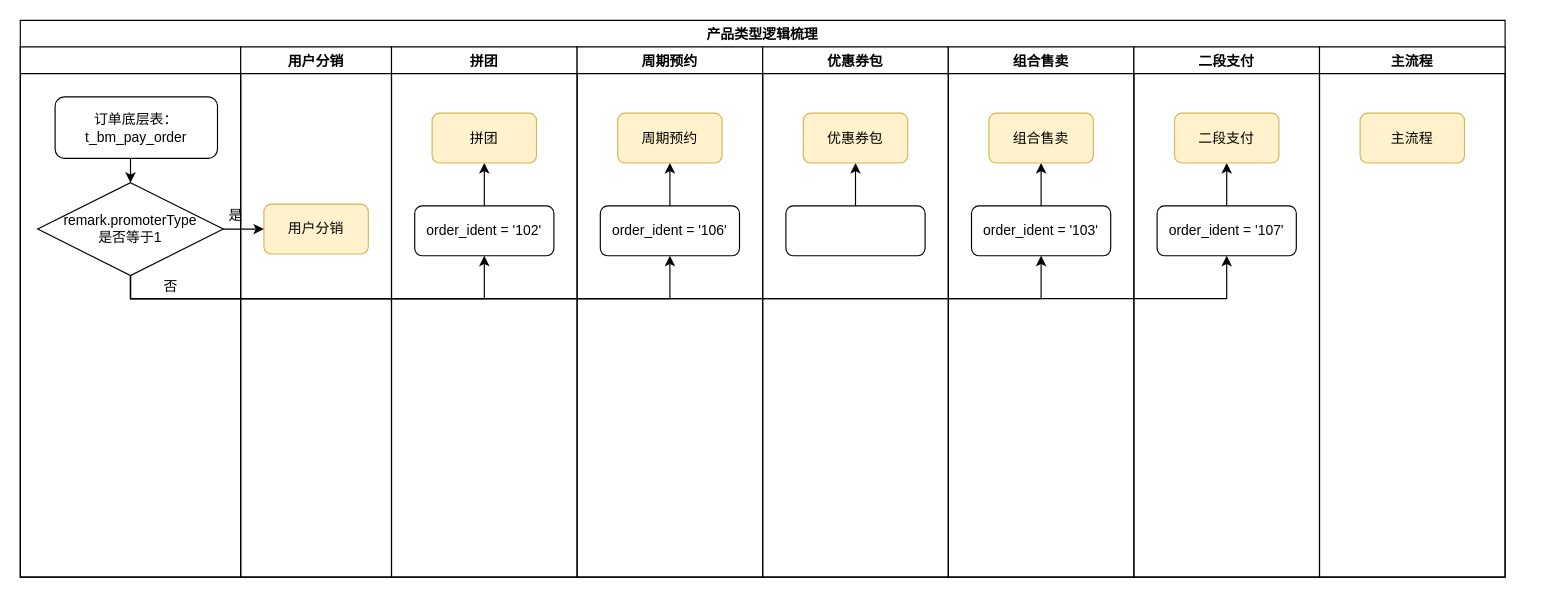
chihiro-qx/hello-world keeps this draw.io diagram as page "产品类型" (3 of 3) of 到家精选订单.drawio. Above is the earlier version. Source tidied: cells renumbered, new cells numbered last; positions are measured from the earlier drawing's top-left corner, leaving out a move shared by most shapes. Both pictures are drawn from the tidied source at 116%, with x=0, y=0 at pixel (20, 20).
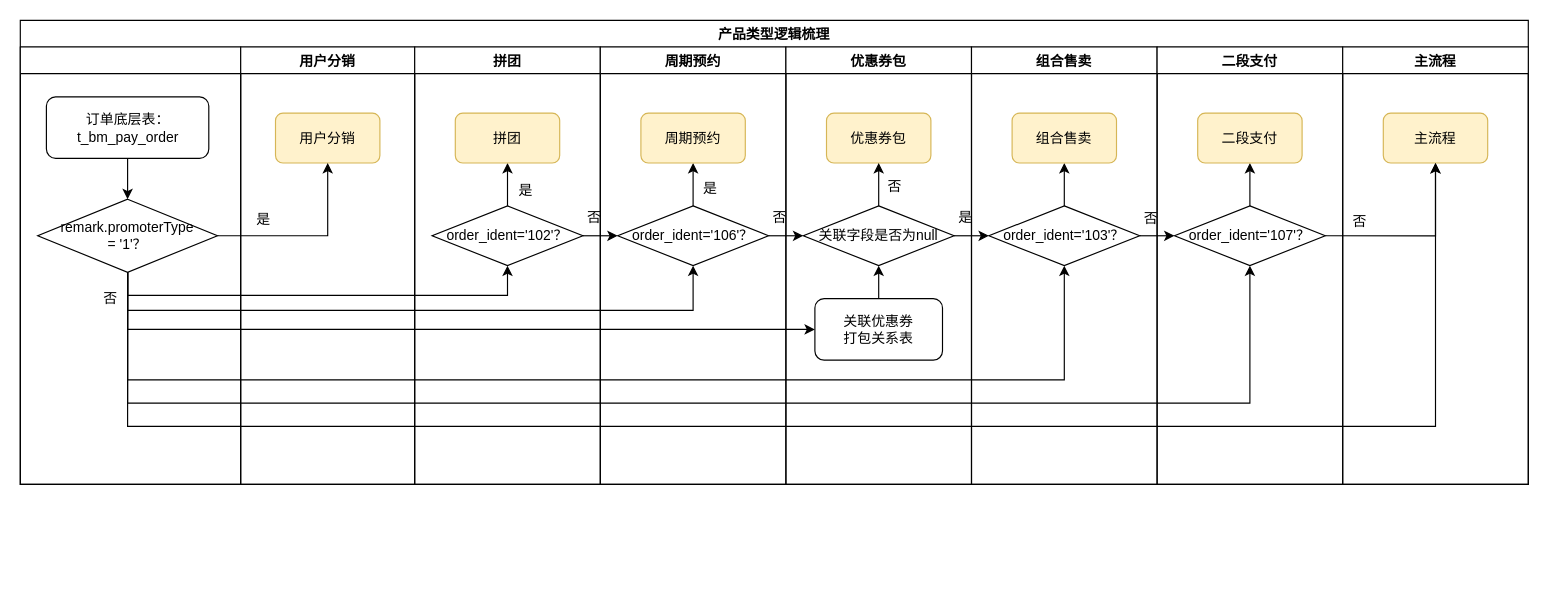
Above is the later version.

Commit message:
Update 到家精选订单.drawio

Unchanged cells that the change refers to:
```xml
<mxCell id="15" value="拼团" style="rounded=1;whiteSpace=wrap;html=1;fillColor=#fff2cc;strokeColor=#d6b656;" parent="12" vertex="1">
  <mxGeometry x="35" y="57" width="90" height="43" as="geometry" />
</mxCell>
<mxCell id="20" value="周期预约" style="rounded=1;whiteSpace=wrap;html=1;fillColor=#fff2cc;strokeColor=#d6b656;" parent="17" vertex="1">
  <mxGeometry x="35" y="57" width="90" height="43" as="geometry" />
</mxCell>
<mxCell id="24" value="优惠券包" style="rounded=1;whiteSpace=wrap;html=1;fillColor=#fff2cc;strokeColor=#d6b656;" parent="21" vertex="1">
  <mxGeometry x="35" y="57" width="90" height="43" as="geometry" />
</mxCell>
<mxCell id="28" value="组合售卖" style="rounded=1;whiteSpace=wrap;html=1;fillColor=#fff2cc;strokeColor=#d6b656;" parent="25" vertex="1">
  <mxGeometry x="35" y="57" width="90" height="43" as="geometry" />
</mxCell>
<mxCell id="32" value="二段支付" style="rounded=1;whiteSpace=wrap;html=1;fillColor=#fff2cc;strokeColor=#d6b656;" parent="29" vertex="1">
  <mxGeometry x="35" y="57" width="90" height="43" as="geometry" />
</mxCell>
<mxCell id="37" value="主流程" style="rounded=1;whiteSpace=wrap;html=1;fillColor=#fff2cc;strokeColor=#d6b656;" parent="36" vertex="1">
  <mxGeometry x="35" y="57" width="90" height="43" as="geometry" />
</mxCell>
```

Change to the diagram source:
```diff
@@
     <mxCell id="2" value="产品类型逻辑梳理" style="swimlane;" parent="1" vertex="1">
-      <mxGeometry width="1280" height="480" as="geometry" />
+      <mxGeometry width="1300" height="400" as="geometry" />
     </mxCell>
     <mxCell id="3" style="swimlane;" parent="2" vertex="1">
-      <mxGeometry y="23" width="190" height="457" as="geometry" />
+      <mxGeometry y="23" width="190" height="377" as="geometry" />
     </mxCell>
@@
     <mxCell id="5" value="&lt;span&gt;订单底层表：&lt;/span&gt;&lt;br&gt;&lt;span style=&quot;text-align: left&quot;&gt;t_bm_pay_order&lt;/span&gt;" style="rounded=1;whiteSpace=wrap;html=1;" parent="3" vertex="1">
-      <mxGeometry x="30" y="43" width="140" height="53" as="geometry" />
+      <mxGeometry x="22.5" y="43" width="140" height="53" as="geometry" />
     </mxCell>
-    <mxCell id="6" value="remark.promoterType&lt;br&gt;是否等于1" style="rhombus;whiteSpace=wrap;html=1;" parent="3" vertex="1">
-      <mxGeometry x="15" y="117" width="160" height="80" as="geometry" />
+    <mxCell id="6" value="remark.promoterType&lt;br&gt;= '1'？" style="rhombus;whiteSpace=wrap;html=1;" parent="3" vertex="1">
+      <mxGeometry x="15" y="131.2" width="155" height="63" as="geometry" />
     </mxCell>
     <mxCell id="7" value="否" style="text;html=1;strokeColor=none;fillColor=none;align=center;verticalAlign=middle;whiteSpace=wrap;rounded=0;" parent="3" vertex="1">
-      <mxGeometry x="110" y="197" width="40" height="20" as="geometry" />
+      <mxGeometry x="58" y="207" width="40" height="20" as="geometry" />
     </mxCell>
+    <mxCell id="10" value="是" style="text;html=1;strokeColor=none;fillColor=none;align=center;verticalAlign=middle;whiteSpace=wrap;rounded=0;" parent="3" vertex="1">
+      <mxGeometry x="190" y="139" width="40" height="20" as="geometry" />
+    </mxCell>
     <mxCell id="8" value="用户分销" style="swimlane;" parent="2" vertex="1">
-      <mxGeometry x="190" y="23" width="130" height="457" as="geometry" />
+      <mxGeometry x="190" y="23" width="150" height="377" as="geometry" />
     </mxCell>
     <mxCell id="9" value="用户分销" style="rounded=1;whiteSpace=wrap;html=1;fillColor=#fff2cc;strokeColor=#d6b656;" parent="8" vertex="1">
-      <mxGeometry x="20" y="135.5" width="90" height="43" as="geometry" />
+      <mxGeometry x="30" y="57" width="90" height="43" as="geometry" />
     </mxCell>
-    <mxCell id="10" value="是" style="text;html=1;strokeColor=none;fillColor=none;align=center;verticalAlign=middle;whiteSpace=wrap;rounded=0;" parent="8" vertex="1">
-      <mxGeometry x="-24" y="135.5" width="40" height="20" as="geometry" />
-    </mxCell>
-    <mxCell id="11" style="edgeStyle=orthogonalEdgeStyle;rounded=0;jettySize=auto;html=1;exitX=1;exitY=0.5;exitDx=0;exitDy=0;entryX=0;entryY=0.5;entryDx=0;entryDy=0;" parent="2" edge="1" source="6" target="9">
-      <mxGeometry relative="1" as="geometry" />
-    </mxCell>
     <mxCell id="12" value="拼团" style="swimlane;" parent="2" vertex="1">
-      <mxGeometry x="320" y="23" width="160" height="457" as="geometry" />
+      <mxGeometry x="340" y="23" width="160" height="377" as="geometry" />
     </mxCell>
-    <mxCell id="13" style="edgeStyle=orthogonalEdgeStyle;rounded=0;jettySize=auto;html=1;exitX=0.5;exitY=0;exitDx=0;exitDy=0;entryX=0.5;entryY=1;entryDx=0;entryDy=0;" parent="12" edge="1" source="14" target="15">
-      <mxGeometry relative="1" as="geometry" />
+    <mxCell id="13" style="edgeStyle=orthogonalEdgeStyle;rounded=0;jettySize=auto;html=1;exitX=0.5;exitY=0;exitDx=0;exitDy=0;entryX=0.5;entryY=1;entryDx=0;entryDy=0;" parent="12" edge="1" target="15">
+      <mxGeometry relative="1" as="geometry">
+        <mxPoint x="80" y="137" as="sourcePoint" />
+      </mxGeometry>
     </mxCell>
-    <mxCell id="14" value="order_ident = '102'" style="rounded=1;whiteSpace=wrap;html=1;" parent="12" vertex="1">
-      <mxGeometry x="20" y="137" width="120" height="43" as="geometry" />
-    </mxCell>
@@
-    <mxCell id="16" style="edgeStyle=orthogonalEdgeStyle;rounded=0;jettySize=auto;html=1;exitX=0.5;exitY=1;exitDx=0;exitDy=0;entryX=0.5;entryY=1;entryDx=0;entryDy=0;" parent="2" edge="1" source="6" target="14">
-      <mxGeometry relative="1" as="geometry" />
-    </mxCell>
+    <mxCell id="38" value="order_ident='102'？" style="rhombus;whiteSpace=wrap;html=1;" parent="12" vertex="1">
+      <mxGeometry x="15" y="137" width="130" height="51.5" as="geometry" />
+    </mxCell>
+    <mxCell id="39" value="是" style="text;html=1;strokeColor=none;fillColor=none;align=center;verticalAlign=middle;whiteSpace=wrap;rounded=0;" parent="12" vertex="1">
+      <mxGeometry x="76" y="114" width="40" height="20" as="geometry" />
+    </mxCell>
     <mxCell id="17" value="周期预约" style="swimlane;" parent="2" vertex="1">
-      <mxGeometry x="480" y="23" width="160" height="457" as="geometry" />
+      <mxGeometry x="500" y="23" width="160" height="377" as="geometry" />
     </mxCell>
-    <mxCell id="18" style="edgeStyle=orthogonalEdgeStyle;rounded=0;jettySize=auto;html=1;exitX=0.5;exitY=0;exitDx=0;exitDy=0;entryX=0.5;entryY=1;entryDx=0;entryDy=0;" parent="17" edge="1" source="19" target="20">
-      <mxGeometry relative="1" as="geometry" />
+    <mxCell id="18" style="edgeStyle=orthogonalEdgeStyle;rounded=0;jettySize=auto;html=1;exitX=0.5;exitY=0;exitDx=0;exitDy=0;entryX=0.5;entryY=1;entryDx=0;entryDy=0;" parent="17" edge="1" target="20">
+      <mxGeometry relative="1" as="geometry">
+        <mxPoint x="80" y="137" as="sourcePoint" />
+      </mxGeometry>
     </mxCell>
-    <mxCell id="19" value="order_ident = '106'" style="rounded=1;whiteSpace=wrap;html=1;" parent="17" vertex="1">
-      <mxGeometry x="20" y="137" width="120" height="43" as="geometry" />
-    </mxCell>
@@
+    <mxCell id="40" value="order_ident='106'？" style="rhombus;whiteSpace=wrap;html=1;" parent="17" vertex="1">
+      <mxGeometry x="15" y="137" width="130" height="51.5" as="geometry" />
+    </mxCell>
+    <mxCell id="41" value="否" style="text;html=1;strokeColor=none;fillColor=none;align=center;verticalAlign=middle;whiteSpace=wrap;rounded=0;" parent="17" vertex="1">
+      <mxGeometry x="-25" y="137" width="40" height="20" as="geometry" />
+    </mxCell>
     <mxCell id="21" value="优惠券包" style="swimlane;" parent="2" vertex="1">
-      <mxGeometry x="640" y="23" width="160" height="457" as="geometry" />
+      <mxGeometry x="660" y="23" width="160" height="377" as="geometry" />
     </mxCell>
-    <mxCell id="22" style="edgeStyle=orthogonalEdgeStyle;rounded=0;jettySize=auto;html=1;exitX=0.5;exitY=0;exitDx=0;exitDy=0;entryX=0.5;entryY=1;entryDx=0;entryDy=0;" parent="21" edge="1" source="23" target="24">
-      <mxGeometry relative="1" as="geometry" />
-    </mxCell>
+    <mxCell id="42" style="edgeStyle=orthogonalEdgeStyle;rounded=0;jettySize=auto;html=1;exitX=0.5;exitY=0;exitDx=0;exitDy=0;entryX=0.5;entryY=1;entryDx=0;entryDy=0;" parent="21" edge="1" source="23" target="44">
+      <mxGeometry relative="1" as="geometry" />
+    </mxCell>
-    <mxCell id="23" style="rounded=1;whiteSpace=wrap;html=1;" parent="21" vertex="1">
-      <mxGeometry x="20" y="137" width="120" height="43" as="geometry" />
+    <mxCell id="23" value="关联优惠券&lt;br&gt;打包关系表" style="rounded=1;whiteSpace=wrap;html=1;" parent="21" vertex="1">
+      <mxGeometry x="25" y="217" width="110" height="53" as="geometry" />
     </mxCell>
@@
+    <mxCell id="43" style="edgeStyle=orthogonalEdgeStyle;rounded=0;jettySize=auto;html=1;exitX=0.5;exitY=0;exitDx=0;exitDy=0;entryX=0.5;entryY=1;entryDx=0;entryDy=0;" parent="21" edge="1" source="44" target="24">
+      <mxGeometry relative="1" as="geometry" />
+    </mxCell>
+    <mxCell id="44" value="关联字段是否为null" style="rhombus;whiteSpace=wrap;html=1;" parent="21" vertex="1">
+      <mxGeometry x="15" y="137" width="130" height="51.5" as="geometry" />
+    </mxCell>
+    <mxCell id="45" value="否" style="text;html=1;strokeColor=none;fillColor=none;align=center;verticalAlign=middle;whiteSpace=wrap;rounded=0;" parent="21" vertex="1">
+      <mxGeometry x="74" y="111" width="40" height="20" as="geometry" />
+    </mxCell>
+    <mxCell id="46" value="否" style="text;html=1;strokeColor=none;fillColor=none;align=center;verticalAlign=middle;whiteSpace=wrap;rounded=0;" parent="21" vertex="1">
+      <mxGeometry x="-25" y="137" width="40" height="20" as="geometry" />
+    </mxCell>
     <mxCell id="25" value="组合售卖" style="swimlane;" parent="2" vertex="1">
-      <mxGeometry x="800" y="23" width="160" height="457" as="geometry" />
+      <mxGeometry x="820" y="23" width="160" height="377" as="geometry" />
     </mxCell>
-    <mxCell id="26" style="edgeStyle=orthogonalEdgeStyle;rounded=0;jettySize=auto;html=1;exitX=0.5;exitY=0;exitDx=0;exitDy=0;entryX=0.5;entryY=1;entryDx=0;entryDy=0;" parent="25" edge="1" source="27" target="28">
-      <mxGeometry relative="1" as="geometry" />
+    <mxCell id="26" style="edgeStyle=orthogonalEdgeStyle;rounded=0;jettySize=auto;html=1;exitX=0.5;exitY=0;exitDx=0;exitDy=0;entryX=0.5;entryY=1;entryDx=0;entryDy=0;" parent="25" edge="1" target="28">
+      <mxGeometry relative="1" as="geometry">
+        <mxPoint x="80" y="137" as="sourcePoint" />
+      </mxGeometry>
     </mxCell>
-    <mxCell id="27" value="order_ident = '103'" style="rounded=1;whiteSpace=wrap;html=1;" parent="25" vertex="1">
-      <mxGeometry x="20" y="137" width="120" height="43" as="geometry" />
-    </mxCell>
@@
+    <mxCell id="47" value="order_ident='103'？" style="rhombus;whiteSpace=wrap;html=1;" parent="25" vertex="1">
+      <mxGeometry x="15" y="137" width="130" height="51.5" as="geometry" />
+    </mxCell>
+    <mxCell id="48" value="是" style="text;html=1;strokeColor=none;fillColor=none;align=center;verticalAlign=middle;whiteSpace=wrap;rounded=0;" parent="25" vertex="1">
+      <mxGeometry x="-25" y="137" width="40" height="20" as="geometry" />
+    </mxCell>
+    <mxCell id="49" value="否" style="text;html=1;strokeColor=none;fillColor=none;align=center;verticalAlign=middle;whiteSpace=wrap;rounded=0;" parent="25" vertex="1">
+      <mxGeometry x="135" y="138" width="40" height="20" as="geometry" />
+    </mxCell>
     <mxCell id="29" value="二段支付" style="swimlane;" parent="2" vertex="1">
-      <mxGeometry x="960" y="23" width="160" height="457" as="geometry" />
+      <mxGeometry x="980" y="23" width="160" height="377" as="geometry" />
     </mxCell>
-    <mxCell id="30" style="edgeStyle=orthogonalEdgeStyle;rounded=0;jettySize=auto;html=1;exitX=0.5;exitY=0;exitDx=0;exitDy=0;entryX=0.5;entryY=1;entryDx=0;entryDy=0;" parent="29" edge="1" source="31" target="32">
-      <mxGeometry relative="1" as="geometry" />
+    <mxCell id="30" style="edgeStyle=orthogonalEdgeStyle;rounded=0;jettySize=auto;html=1;exitX=0.5;exitY=0;exitDx=0;exitDy=0;entryX=0.5;entryY=1;entryDx=0;entryDy=0;" parent="29" edge="1" target="32">
+      <mxGeometry relative="1" as="geometry">
+        <mxPoint x="80" y="137" as="sourcePoint" />
+      </mxGeometry>
     </mxCell>
-    <mxCell id="31" value="order_ident = '107'" style="rounded=1;whiteSpace=wrap;html=1;" parent="29" vertex="1">
-      <mxGeometry x="20" y="137" width="120" height="43" as="geometry" />
-    </mxCell>
@@
-    <mxCell id="33" style="edgeStyle=orthogonalEdgeStyle;rounded=0;jettySize=auto;html=1;exitX=0.5;exitY=1;exitDx=0;exitDy=0;entryX=0.5;entryY=1;entryDx=0;entryDy=0;" parent="2" edge="1" source="6" target="19">
-      <mxGeometry relative="1" as="geometry" />
-    </mxCell>
-    <mxCell id="34" style="edgeStyle=orthogonalEdgeStyle;rounded=0;jettySize=auto;html=1;exitX=0.5;exitY=1;exitDx=0;exitDy=0;entryX=0.5;entryY=1;entryDx=0;entryDy=0;" parent="2" edge="1" source="6" target="27">
-      <mxGeometry relative="1" as="geometry" />
-    </mxCell>
-    <mxCell id="35" style="edgeStyle=orthogonalEdgeStyle;rounded=0;jettySize=auto;html=1;exitX=0.5;exitY=1;exitDx=0;exitDy=0;entryX=0.5;entryY=1;entryDx=0;entryDy=0;" parent="2" edge="1" source="6" target="31">
-      <mxGeometry relative="1" as="geometry" />
-    </mxCell>
+    <mxCell id="50" value="order_ident='107'？" style="rhombus;whiteSpace=wrap;html=1;" parent="29" vertex="1">
+      <mxGeometry x="15" y="137" width="130" height="51.5" as="geometry" />
+    </mxCell>
     <mxCell id="36" value="主流程" style="swimlane;" parent="2" vertex="1">
-      <mxGeometry x="1120" y="23" width="160" height="457" as="geometry" />
+      <mxGeometry x="1140" y="23" width="160" height="377" as="geometry" />
     </mxCell>
@@
+    <mxCell id="51" value="否" style="text;html=1;strokeColor=none;fillColor=none;align=center;verticalAlign=middle;whiteSpace=wrap;rounded=0;" parent="36" vertex="1">
+      <mxGeometry x="-5" y="141" width="40" height="20" as="geometry" />
+    </mxCell>
+    <mxCell id="52" style="edgeStyle=orthogonalEdgeStyle;rounded=0;jettySize=auto;html=1;exitX=0.5;exitY=1;exitDx=0;exitDy=0;entryX=0.5;entryY=1;entryDx=0;entryDy=0;" parent="2" edge="1" source="6" target="38">
+      <mxGeometry relative="1" as="geometry" />
+    </mxCell>
+    <mxCell id="53" style="edgeStyle=orthogonalEdgeStyle;rounded=0;jettySize=auto;html=1;exitX=0.5;exitY=1;exitDx=0;exitDy=0;entryX=0.5;entryY=1;entryDx=0;entryDy=0;" parent="2" edge="1" source="6" target="40">
+      <mxGeometry relative="1" as="geometry">
+        <Array as="points">
+          <mxPoint x="93" y="250" />
+          <mxPoint x="580" y="250" />
+        </Array>
+      </mxGeometry>
+    </mxCell>
+    <mxCell id="54" style="edgeStyle=orthogonalEdgeStyle;rounded=0;jettySize=auto;html=1;exitX=0.5;exitY=1;exitDx=0;exitDy=0;entryX=0;entryY=0.5;entryDx=0;entryDy=0;" parent="2" edge="1" source="6" target="23">
+      <mxGeometry relative="1" as="geometry" />
+    </mxCell>
+    <mxCell id="55" style="edgeStyle=orthogonalEdgeStyle;rounded=0;jettySize=auto;html=1;exitX=0.5;exitY=1;exitDx=0;exitDy=0;entryX=0.5;entryY=1;entryDx=0;entryDy=0;" parent="2" edge="1" source="6" target="47">
+      <mxGeometry relative="1" as="geometry">
+        <Array as="points">
+          <mxPoint x="93" y="310" />
+          <mxPoint x="900" y="310" />
+        </Array>
+      </mxGeometry>
+    </mxCell>
+    <mxCell id="56" style="edgeStyle=orthogonalEdgeStyle;rounded=0;jettySize=auto;html=1;exitX=0.5;exitY=1;exitDx=0;exitDy=0;entryX=0.5;entryY=1;entryDx=0;entryDy=0;" parent="2" edge="1" source="6" target="50">
+      <mxGeometry relative="1" as="geometry">
+        <Array as="points">
+          <mxPoint x="93" y="330" />
+          <mxPoint x="1060" y="330" />
+        </Array>
+      </mxGeometry>
+    </mxCell>
+    <mxCell id="57" style="edgeStyle=orthogonalEdgeStyle;rounded=0;jettySize=auto;html=1;exitX=1;exitY=0.5;exitDx=0;exitDy=0;entryX=0;entryY=0.5;entryDx=0;entryDy=0;" parent="2" edge="1" source="38" target="40">
+      <mxGeometry relative="1" as="geometry" />
+    </mxCell>
+    <mxCell id="58" style="edgeStyle=orthogonalEdgeStyle;rounded=0;jettySize=auto;html=1;exitX=1;exitY=0.5;exitDx=0;exitDy=0;entryX=0;entryY=0.5;entryDx=0;entryDy=0;" parent="2" edge="1" source="40" target="44">
+      <mxGeometry relative="1" as="geometry" />
+    </mxCell>
+    <mxCell id="59" style="edgeStyle=orthogonalEdgeStyle;rounded=0;jettySize=auto;html=1;exitX=1;exitY=0.5;exitDx=0;exitDy=0;entryX=0;entryY=0.5;entryDx=0;entryDy=0;" parent="2" edge="1" source="44" target="47">
+      <mxGeometry relative="1" as="geometry" />
+    </mxCell>
+    <mxCell id="60" style="edgeStyle=orthogonalEdgeStyle;rounded=0;jettySize=auto;html=1;exitX=1;exitY=0.5;exitDx=0;exitDy=0;entryX=0;entryY=0.5;entryDx=0;entryDy=0;" parent="2" edge="1" source="47" target="50">
+      <mxGeometry relative="1" as="geometry" />
+    </mxCell>
+    <mxCell id="61" style="edgeStyle=orthogonalEdgeStyle;rounded=0;jettySize=auto;html=1;exitX=0.5;exitY=1;exitDx=0;exitDy=0;entryX=0.5;entryY=1;entryDx=0;entryDy=0;" parent="2" edge="1" source="6" target="37">
+      <mxGeometry relative="1" as="geometry">
+        <Array as="points">
+          <mxPoint x="93" y="350" />
+          <mxPoint x="1220" y="350" />
+        </Array>
+      </mxGeometry>
+    </mxCell>
+    <mxCell id="62" style="edgeStyle=orthogonalEdgeStyle;rounded=0;jettySize=auto;html=1;exitX=1;exitY=0.5;exitDx=0;exitDy=0;entryX=0.5;entryY=1;entryDx=0;entryDy=0;" parent="2" edge="1" source="50" target="37">
+      <mxGeometry relative="1" as="geometry" />
+    </mxCell>
+    <mxCell id="11" style="edgeStyle=orthogonalEdgeStyle;rounded=0;jettySize=auto;html=1;exitX=1;exitY=0.5;exitDx=0;exitDy=0;entryX=0.5;entryY=1;entryDx=0;entryDy=0;" parent="2" edge="1" source="6" target="9">
+      <mxGeometry relative="1" as="geometry" />
+    </mxCell>
+    <mxCell id="63" value="是" style="text;html=1;strokeColor=none;fillColor=none;align=center;verticalAlign=middle;whiteSpace=wrap;rounded=0;" parent="1" vertex="1">
+      <mxGeometry x="575" y="135" width="40" height="20" as="geometry" />
+    </mxCell>
```
